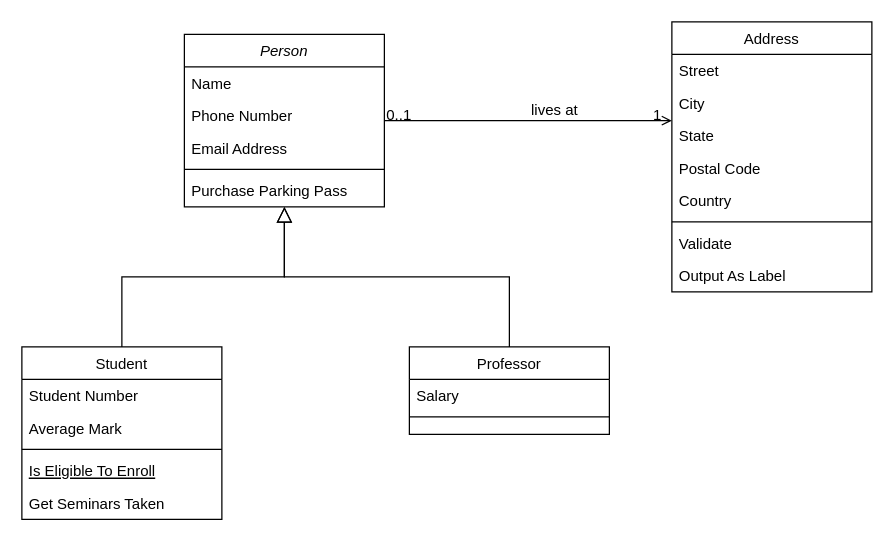
Before: page "Page-1" (1 of 2) of Biểu đồ không có tiêu đề.drawio in TTHTech/DiagramForWebBooking, a draw.io diagram. Source tidied: cells renumbered, new cells numbered last; positions are measured from the earlier drawing's top-left corner, leaving out a move shared by most shapes. Both pictures are drawn from the tidied source at 125%, with x=0, y=0 at pixel (21, 21).
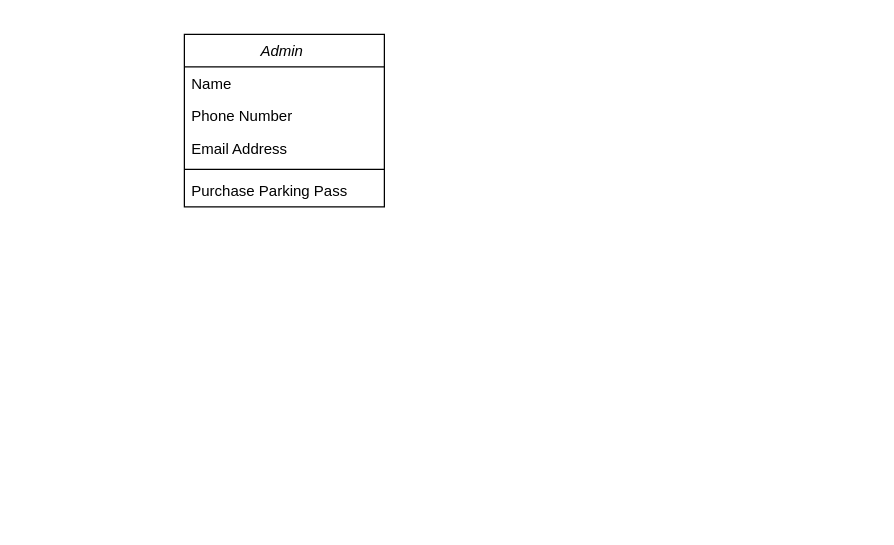
After the change.

Commit message (it also covers changes not shown here):
Cập nhật Biểu đồ không có tiêu đề.drawio

Change to the diagram source:
```diff
@@
-    <mxCell id="2" value="Person" style="swimlane;fontStyle=2;align=center;verticalAlign=top;horizontal=1;startSize=26;rounded=0;shadow=0;strokeWidth=1;" parent="1" vertex="1">
+    <mxCell id="2" value="Admin " style="swimlane;fontStyle=2;align=center;verticalAlign=top;horizontal=1;startSize=26;rounded=0;shadow=0;strokeWidth=1;" parent="1" vertex="1">
       <mxGeometry x="130" y="10" width="160" height="138" as="geometry" />
     </mxCell>
@@
-    <mxCell id="8" value="Student" style="swimlane;fontStyle=0;align=center;verticalAlign=top;horizontal=1;startSize=26;rounded=0;shadow=0;strokeWidth=1;" parent="1" vertex="1">
-      <mxGeometry y="260" width="160" height="138" as="geometry" />
-    </mxCell>
-    <mxCell id="9" value="Student Number" style="text;align=left;verticalAlign=top;spacingLeft=4;spacingRight=4;overflow=hidden;" parent="8" vertex="1">
-      <mxGeometry y="26" width="160" height="26" as="geometry" />
-    </mxCell>
-    <mxCell id="10" value="Average Mark" style="text;align=left;verticalAlign=top;spacingLeft=4;spacingRight=4;overflow=hidden;rounded=0;shadow=0;html=0;" parent="8" vertex="1">
-      <mxGeometry y="52" width="160" height="26" as="geometry" />
-    </mxCell>
-    <mxCell id="11" style="line;html=1;strokeWidth=1;align=left;verticalAlign=middle;spacingTop=-1;spacingLeft=3;spacingRight=3;labelPosition=right;" parent="8" vertex="1">
-      <mxGeometry y="78" width="160" height="8" as="geometry" />
-    </mxCell>
-    <mxCell id="12" value="Is Eligible To Enroll" style="text;align=left;verticalAlign=top;spacingLeft=4;spacingRight=4;overflow=hidden;fontStyle=4;" parent="8" vertex="1">
-      <mxGeometry y="86" width="160" height="26" as="geometry" />
-    </mxCell>
-    <mxCell id="13" value="Get Seminars Taken" style="text;align=left;verticalAlign=top;spacingLeft=4;spacingRight=4;overflow=hidden;" parent="8" vertex="1">
-      <mxGeometry y="112" width="160" height="26" as="geometry" />
-    </mxCell>
-    <mxCell id="14" style="endArrow=block;endSize=10;endFill=0;shadow=0;strokeWidth=1;rounded=0;curved=0;edgeStyle=elbowEdgeStyle;elbow=vertical;" parent="1" edge="1" source="8" target="2">
-      <mxGeometry relative="1" as="geometry" />
-    </mxCell>
-    <mxCell id="15" value="Professor" style="swimlane;fontStyle=0;align=center;verticalAlign=top;horizontal=1;startSize=26;rounded=0;shadow=0;strokeWidth=1;" parent="1" vertex="1">
-      <mxGeometry x="310" y="260" width="160" height="70" as="geometry" />
-    </mxCell>
-    <mxCell id="16" value="Salary" style="text;align=left;verticalAlign=top;spacingLeft=4;spacingRight=4;overflow=hidden;" parent="15" vertex="1">
-      <mxGeometry y="26" width="160" height="26" as="geometry" />
-    </mxCell>
-    <mxCell id="17" style="line;html=1;strokeWidth=1;align=left;verticalAlign=middle;spacingTop=-1;spacingLeft=3;spacingRight=3;labelPosition=right;" parent="15" vertex="1">
-      <mxGeometry y="52" width="160" height="8" as="geometry" />
-    </mxCell>
-    <mxCell id="18" style="endArrow=block;endSize=10;endFill=0;shadow=0;strokeWidth=1;rounded=0;curved=0;edgeStyle=elbowEdgeStyle;elbow=vertical;" parent="1" edge="1" source="15" target="2">
-      <mxGeometry relative="1" as="geometry" />
-    </mxCell>
-    <mxCell id="19" value="Address" style="swimlane;fontStyle=0;align=center;verticalAlign=top;horizontal=1;startSize=26;rounded=0;shadow=0;strokeWidth=1;" parent="1" vertex="1">
-      <mxGeometry x="520" width="160" height="216" as="geometry" />
-    </mxCell>
-    <mxCell id="20" value="Street" style="text;align=left;verticalAlign=top;spacingLeft=4;spacingRight=4;overflow=hidden;" parent="19" vertex="1">
-      <mxGeometry y="26" width="160" height="26" as="geometry" />
-    </mxCell>
-    <mxCell id="21" value="City" style="text;align=left;verticalAlign=top;spacingLeft=4;spacingRight=4;overflow=hidden;rounded=0;shadow=0;html=0;" parent="19" vertex="1">
-      <mxGeometry y="52" width="160" height="26" as="geometry" />
-    </mxCell>
-    <mxCell id="22" value="State" style="text;align=left;verticalAlign=top;spacingLeft=4;spacingRight=4;overflow=hidden;rounded=0;shadow=0;html=0;" parent="19" vertex="1">
-      <mxGeometry y="78" width="160" height="26" as="geometry" />
-    </mxCell>
-    <mxCell id="23" value="Postal Code" style="text;align=left;verticalAlign=top;spacingLeft=4;spacingRight=4;overflow=hidden;rounded=0;shadow=0;html=0;" parent="19" vertex="1">
-      <mxGeometry y="104" width="160" height="26" as="geometry" />
-    </mxCell>
-    <mxCell id="24" value="Country" style="text;align=left;verticalAlign=top;spacingLeft=4;spacingRight=4;overflow=hidden;rounded=0;shadow=0;html=0;" parent="19" vertex="1">
-      <mxGeometry y="130" width="160" height="26" as="geometry" />
-    </mxCell>
-    <mxCell id="25" style="line;html=1;strokeWidth=1;align=left;verticalAlign=middle;spacingTop=-1;spacingLeft=3;spacingRight=3;labelPosition=right;" parent="19" vertex="1">
-      <mxGeometry y="156" width="160" height="8" as="geometry" />
-    </mxCell>
-    <mxCell id="26" value="Validate" style="text;align=left;verticalAlign=top;spacingLeft=4;spacingRight=4;overflow=hidden;" parent="19" vertex="1">
-      <mxGeometry y="164" width="160" height="26" as="geometry" />
-    </mxCell>
-    <mxCell id="27" value="Output As Label" style="text;align=left;verticalAlign=top;spacingLeft=4;spacingRight=4;overflow=hidden;" parent="19" vertex="1">
-      <mxGeometry y="190" width="160" height="26" as="geometry" />
-    </mxCell>
-    <mxCell id="28" style="endArrow=open;shadow=0;strokeWidth=1;rounded=0;curved=0;endFill=1;edgeStyle=elbowEdgeStyle;elbow=vertical;" parent="1" edge="1" source="2" target="19">
-      <mxGeometry x="0.5" y="41" relative="1" as="geometry">
-        <mxPoint x="-40" y="32" as="offset" />
-      </mxGeometry>
-    </mxCell>
-    <mxCell id="29" value="0..1" style="align=left;verticalAlign=bottom;labelBackgroundColor=none;fontSize=12;" parent="28" vertex="1">
-      <mxGeometry x="-1" relative="1" as="geometry">
-        <mxPoint y="4" as="offset" />
-      </mxGeometry>
-    </mxCell>
-    <mxCell id="30" value="1" style="align=right;verticalAlign=bottom;labelBackgroundColor=none;fontSize=12;" parent="28" vertex="1">
-      <mxGeometry x="1" relative="1" as="geometry">
-        <mxPoint x="-7" y="4" as="offset" />
-      </mxGeometry>
-    </mxCell>
-    <mxCell id="31" value="lives at" style="text;html=1;align=center;verticalAlign=middle;labelBackgroundColor=none;rounded=0;shadow=0;strokeWidth=1;fontSize=12;" parent="28" vertex="1">
-      <mxGeometry x="0.5" y="49" relative="1" as="geometry">
-        <mxPoint x="-38" y="40" as="offset" />
-      </mxGeometry>
-    </mxCell>
```
